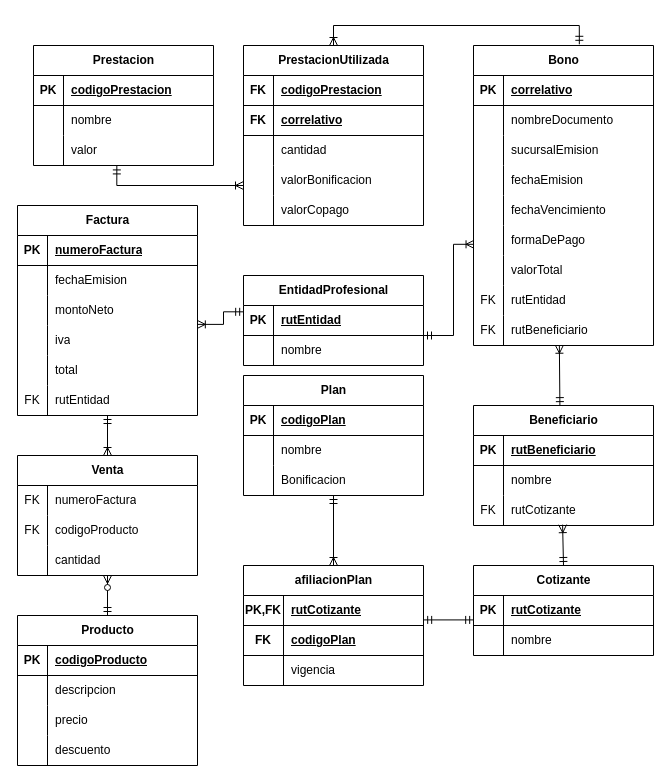
Before: tarea22.drawio in C-bastian-compila/diagrams.net, a draw.io diagram. Source tidied: cells renumbered, new cells numbered last; positions are measured from the earlier drawing's top-left corner, leaving out a move shared by most shapes. Both pictures are drawn from the tidied source at 100%, with x=0, y=0 at pixel (17, 25).
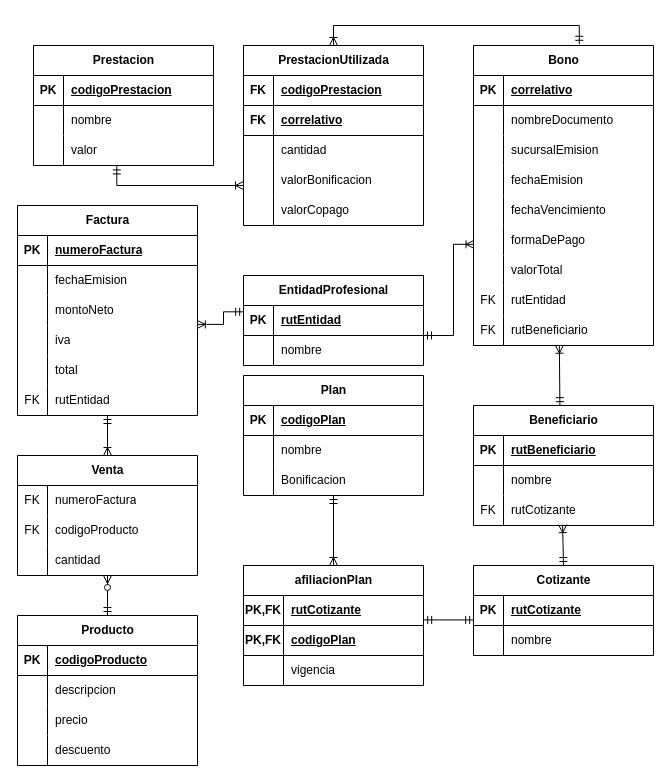
The same diagram, later.

Unchanged cells that the change refers to:
```xml
<mxCell id="114" style="shape=tableRow;horizontal=0;startSize=0;swimlaneHead=0;swimlaneBody=0;fillColor=none;top=0;left=0;right=0;bottom=1;" parent="110" vertex="1">
  <mxGeometry y="60" width="180" height="30" as="geometry" />
</mxCell>
```

Diff of the diagram source:
```diff
@@
-    <mxCell id="115" value="FK" style="shape=partialRectangle;fillColor=none;top=0;left=0;bottom=0;right=0;fontStyle=1;overflow=hidden;whiteSpace=wrap;html=1;" parent="114" vertex="1">
+    <mxCell id="115" value="PK,FK" style="shape=partialRectangle;fillColor=none;top=0;left=0;bottom=0;right=0;fontStyle=1;overflow=hidden;whiteSpace=wrap;html=1;" parent="114" vertex="1">
       <mxGeometry width="40" height="30" as="geometry" />
     </mxCell>
```
